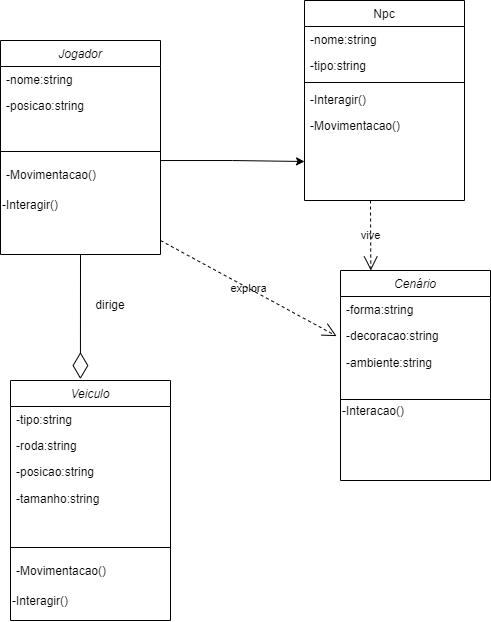
Earlier version of the draw.io export diagrama musical.drawio.png (lucasnoelgb/2jdprojetomusica). Source tidied: cells renumbered, new cells last; positions are measured from the earlier drawing's top-left corner, leaving out a move shared by most shapes.
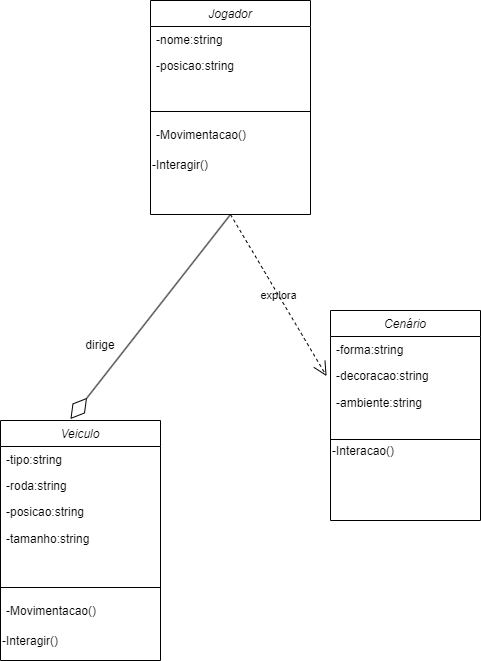
After the change.

Diff of the diagram source:
```diff
@@ -2,17 +2,8 @@
   <root>
     <mxCell id="0" />
     <mxCell id="1" parent="0" />
-    <mxCell id="2" style="edgeStyle=orthogonalEdgeStyle;rounded=0;jettySize=auto;html=1;labelBackgroundColor=none;fontColor=default;" parent="1" edge="1" source="3">
-      <mxGeometry relative="1" as="geometry">
-        <mxPoint x="304" y="160" as="targetPoint" />
-        <Array as="points">
-          <mxPoint x="232" y="160" />
-          <mxPoint x="304" y="161" />
-        </Array>
-      </mxGeometry>
-    </mxCell>
     <mxCell id="3" value="Jogador" style="swimlane;fontStyle=2;align=center;verticalAlign=top;horizontal=1;startSize=26;rounded=0;shadow=0;strokeWidth=1;labelBackgroundColor=none;" parent="1" vertex="1">
-      <mxGeometry y="40" width="160" height="214" as="geometry" />
+      <mxGeometry x="160" y="-40" width="160" height="214" as="geometry" />
     </mxCell>
     <mxCell id="4" value="-nome:string&#10;" style="text;align=left;verticalAlign=top;spacingLeft=4;spacingRight=4;overflow=hidden;labelBackgroundColor=none;" parent="3" vertex="1">
       <mxGeometry y="26" width="160" height="26" as="geometry" />
@@ -29,24 +20,6 @@
     <mxCell id="8" value="-Interagir()" style="text;html=1;strokeColor=none;fillColor=none;align=left;verticalAlign=bottom;whiteSpace=wrap;rounded=0;labelPosition=center;verticalLabelPosition=top;labelBackgroundColor=none;" parent="3" vertex="1">
       <mxGeometry y="174" width="160" height="30" as="geometry" />
     </mxCell>
-    <mxCell id="9" value="Npc" style="swimlane;fontStyle=0;align=center;verticalAlign=top;horizontal=1;startSize=26;rounded=0;shadow=0;strokeWidth=1;labelBackgroundColor=none;" parent="1" vertex="1">
-      <mxGeometry x="304" width="160" height="200" as="geometry" />
-    </mxCell>
-    <mxCell id="10" value="-nome:string&#10;" style="text;align=left;verticalAlign=top;spacingLeft=4;spacingRight=4;overflow=hidden;labelBackgroundColor=none;" parent="9" vertex="1">
-      <mxGeometry y="26" width="160" height="26" as="geometry" />
-    </mxCell>
-    <mxCell id="11" value="-tipo:string" style="text;align=left;verticalAlign=top;spacingLeft=4;spacingRight=4;overflow=hidden;rounded=0;shadow=0;html=0;labelBackgroundColor=none;" parent="9" vertex="1">
-      <mxGeometry y="52" width="160" height="26" as="geometry" />
-    </mxCell>
-    <mxCell id="12" style="line;html=1;strokeWidth=1;align=left;verticalAlign=middle;spacingTop=-1;spacingLeft=3;spacingRight=3;labelPosition=right;labelBackgroundColor=none;" parent="9" vertex="1">
-      <mxGeometry y="78" width="160" height="8" as="geometry" />
-    </mxCell>
-    <mxCell id="13" value="-Interagir()" style="text;align=left;verticalAlign=top;spacingLeft=4;spacingRight=4;overflow=hidden;labelBackgroundColor=none;" parent="9" vertex="1">
-      <mxGeometry y="86" width="160" height="26" as="geometry" />
-    </mxCell>
-    <mxCell id="14" value="-Movimentacao()" style="text;align=left;verticalAlign=top;spacingLeft=4;spacingRight=4;overflow=hidden;labelBackgroundColor=none;" parent="9" vertex="1">
-      <mxGeometry y="112" width="160" height="26" as="geometry" />
-    </mxCell>
     <mxCell id="15" value="Cenário" style="swimlane;fontStyle=2;align=center;verticalAlign=top;horizontal=1;startSize=26;rounded=0;shadow=0;strokeWidth=1;labelBackgroundColor=none;" parent="1" vertex="1">
       <mxGeometry x="340" y="270" width="150" height="210" as="geometry" />
     </mxCell>
@@ -95,16 +68,9 @@
     <mxCell id="30" value="dirige" style="text;html=1;strokeColor=none;fillColor=none;align=center;verticalAlign=middle;whiteSpace=wrap;rounded=0;labelBackgroundColor=none;" parent="1" vertex="1">
       <mxGeometry x="80" y="290" width="60" height="30" as="geometry" />
     </mxCell>
-    <mxCell id="31" value="explora" style="endArrow=open;endSize=12;dashed=1;html=1;rounded=0;entryX=-0.026;entryY=0.524;entryDx=0;entryDy=0;entryPerimeter=0;labelBackgroundColor=none;fontColor=default;" parent="1" edge="1" target="17">
-      <mxGeometry relative="1" as="geometry">
-        <mxPoint x="160" y="240" as="sourcePoint" />
-      </mxGeometry>
+    <mxCell id="31" value="explora" style="endArrow=open;endSize=12;dashed=1;html=1;rounded=0;entryX=-0.026;entryY=0.524;entryDx=0;entryDy=0;entryPerimeter=0;labelBackgroundColor=none;fontColor=default;exitX=0.5;exitY=1;exitDx=0;exitDy=0;" parent="1" edge="1" source="3" target="17">
+      <mxGeometry relative="1" as="geometry" />
     </mxCell>
-    <mxCell id="32" value="vive" style="endArrow=open;endSize=12;dashed=1;html=1;rounded=0;entryX=0.202;entryY=0;entryDx=0;entryDy=0;entryPerimeter=0;labelBackgroundColor=none;fontColor=default;" parent="1" edge="1" target="15">
-      <mxGeometry x="0.01" relative="1" as="geometry">
-        <mxPoint x="370" y="200" as="sourcePoint" />
-      </mxGeometry>
-    </mxCell>
     <mxCell id="33" style="endArrow=diamondThin;endFill=0;endSize=24;html=1;rounded=0;entryX=0.437;entryY=-0.006;entryDx=0;entryDy=0;entryPerimeter=0;exitX=0.5;exitY=1;exitDx=0;exitDy=0;labelBackgroundColor=none;fontColor=default;" parent="1" edge="1" source="3" target="22">
       <mxGeometry relative="1" as="geometry" />
     </mxCell>
```
